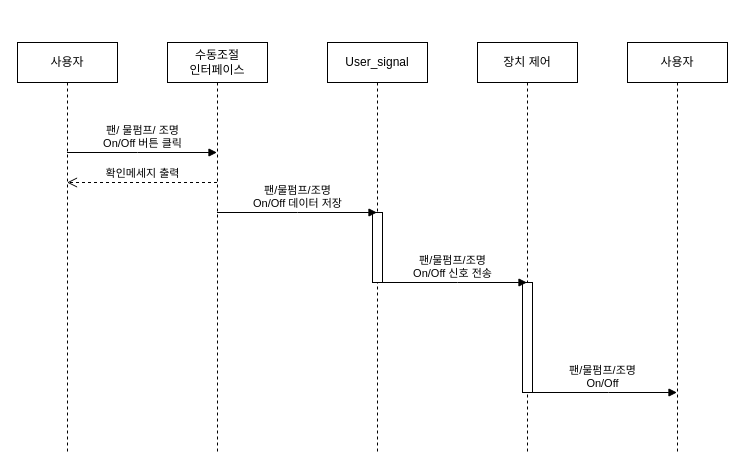
Above: 5주차/시퀀스 다이어그램/manual_seq_dg.drawio in sonmyungwon/Software-Development (draw.io), before the change. Source tidied: cells renumbered, new cells numbered last; positions are measured from the earlier drawing's top-left corner, leaving out a move shared by most shapes. Both pictures are drawn from the tidied source at 100%, with x=0, y=0 at pixel (17, 42).
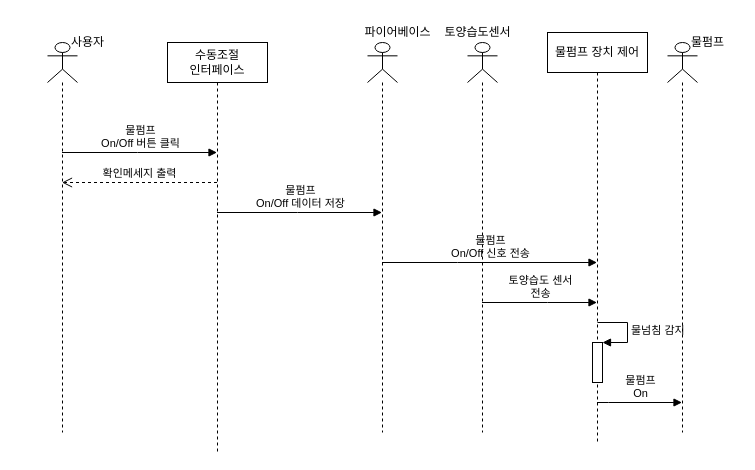
Above is the later version.

Unchanged cells that the change refers to:
```xml
<mxCell id="3" value="수동조절&lt;br&gt;&amp;nbsp;인터페이스&lt;span style=&quot;white-space: pre;&quot;&gt; &lt;/span&gt;" style="shape=umlLifeline;perimeter=lifelinePerimeter;whiteSpace=wrap;html=1;outlineConnect=0;" parent="1" vertex="1">
  <mxGeometry x="150" width="100" height="410" as="geometry" />
</mxCell>
```

The edit, as a diff of the source:
```diff
@@
-    <mxCell id="2" value="사용자" style="shape=umlLifeline;perimeter=lifelinePerimeter;whiteSpace=wrap;html=1;outlineConnect=0;" parent="1" vertex="1">
-      <mxGeometry width="100" height="410" as="geometry" />
-    </mxCell>
@@
-    <mxCell id="4" value="User_signal" style="shape=umlLifeline;perimeter=lifelinePerimeter;whiteSpace=wrap;html=1;outlineConnect=0;" parent="1" vertex="1">
-      <mxGeometry x="310" width="100" height="410" as="geometry" />
-    </mxCell>
-    <mxCell id="5" style="html=1;perimeter=orthogonalPerimeter;" parent="4" vertex="1">
-      <mxGeometry x="45" y="170" width="10" height="70" as="geometry" />
-    </mxCell>
-    <mxCell id="6" value="장치 제어" style="shape=umlLifeline;perimeter=lifelinePerimeter;whiteSpace=wrap;html=1;outlineConnect=0;" parent="1" vertex="1">
-      <mxGeometry x="460" width="100" height="410" as="geometry" />
+    <mxCell id="6" value="물펌프 장치 제어" style="shape=umlLifeline;perimeter=lifelinePerimeter;whiteSpace=wrap;html=1;outlineConnect=0;" parent="1" vertex="1">
+      <mxGeometry x="530" y="-10" width="100" height="410" as="geometry" />
     </mxCell>
-    <mxCell id="7" style="html=1;perimeter=orthogonalPerimeter;" parent="6" vertex="1">
-      <mxGeometry x="45" y="240" width="10" height="110" as="geometry" />
-    </mxCell>
-    <mxCell id="8" value="사용자" style="shape=umlLifeline;perimeter=lifelinePerimeter;whiteSpace=wrap;html=1;outlineConnect=0;" parent="1" vertex="1">
-      <mxGeometry x="610" width="100" height="410" as="geometry" />
-    </mxCell>
+    <mxCell id="14" style="html=1;points=[];perimeter=orthogonalPerimeter;" parent="6" vertex="1">
+      <mxGeometry x="45" y="310" width="10" height="40" as="geometry" />
+    </mxCell>
+    <mxCell id="15" value="물넘침 감지" style="edgeStyle=orthogonalEdgeStyle;html=1;align=left;spacingLeft=2;endArrow=block;rounded=0;entryX=1;entryY=0;" parent="6" edge="1" target="14">
+      <mxGeometry relative="1" as="geometry">
+        <mxPoint x="50" y="290" as="sourcePoint" />
+        <Array as="points">
+          <mxPoint x="80" y="290" />
+        </Array>
+      </mxGeometry>
+    </mxCell>
-    <mxCell id="9" value="팬/ 물펌프/ 조명&lt;br&gt;On/Off 버튼 클릭" style="html=1;verticalAlign=bottom;endArrow=block;rounded=0;" parent="1" edge="1" source="2" target="3">
+    <mxCell id="9" value="물펌프&lt;br&gt;On/Off 버튼 클릭" style="html=1;verticalAlign=bottom;endArrow=block;rounded=0;" parent="1" edge="1" source="16" target="3">
       <mxGeometry relative="1" as="geometry">
         <Array as="points">
           <mxPoint x="120" y="110" />
         </Array>
       </mxGeometry>
     </mxCell>
-    <mxCell id="10" value="확인메세지 출력" style="html=1;verticalAlign=bottom;endArrow=open;dashed=1;endSize=8;rounded=0;" parent="1" edge="1" source="3" target="2">
+    <mxCell id="10" value="확인메세지 출력" style="html=1;verticalAlign=bottom;endArrow=open;dashed=1;endSize=8;rounded=0;" parent="1" edge="1" source="3" target="16">
       <mxGeometry relative="1" as="geometry">
         <Array as="points">
           <mxPoint x="130" y="140" />
         </Array>
       </mxGeometry>
     </mxCell>
-    <mxCell id="11" value="팬/물펌프/조명&lt;br&gt;On/Off 데이터 저장" style="html=1;verticalAlign=bottom;endArrow=block;rounded=0;" parent="1" edge="1" source="3" target="4">
+    <mxCell id="11" value="물펌프&lt;br&gt;On/Off 데이터 저장" style="html=1;verticalAlign=bottom;endArrow=block;rounded=0;" parent="1" edge="1" source="3" target="20">
       <mxGeometry relative="1" as="geometry">
         <Array as="points">
           <mxPoint x="280" y="170" />
         </Array>
       </mxGeometry>
     </mxCell>
-    <mxCell id="12" value="팬/물펌프/조명&lt;br&gt;On/Off 신호 전송" style="html=1;verticalAlign=bottom;endArrow=block;rounded=0;" parent="1" edge="1" source="4" target="6">
+    <mxCell id="12" value="물펌프&lt;br&gt;On/Off 신호 전송" style="html=1;verticalAlign=bottom;endArrow=block;rounded=0;" parent="1" edge="1" source="20" target="6">
       <mxGeometry relative="1" as="geometry">
         <Array as="points">
-          <mxPoint x="440" y="240" />
+          <mxPoint x="440" y="220" />
         </Array>
       </mxGeometry>
     </mxCell>
-    <mxCell id="13" value="팬/물펌프/조명&lt;br&gt;On/Off" style="html=1;verticalAlign=bottom;endArrow=block;rounded=0;" parent="1" edge="1" source="6" target="8">
+    <mxCell id="13" value="물펌프&lt;br&gt;On" style="html=1;verticalAlign=bottom;endArrow=block;rounded=0;" parent="1" edge="1" source="6" target="18">
       <mxGeometry relative="1" as="geometry">
         <Array as="points">
-          <mxPoint x="591" y="350" />
+          <mxPoint x="591" y="360" />
         </Array>
       </mxGeometry>
     </mxCell>
+    <mxCell id="16" style="shape=umlLifeline;participant=umlActor;perimeter=lifelinePerimeter;whiteSpace=wrap;html=1;verticalAlign=top;spacingTop=36;outlineConnect=0;" parent="1" vertex="1">
+      <mxGeometry x="30" width="30" height="390" as="geometry" />
+    </mxCell>
+    <mxCell id="17" value="사용자" style="text;html=1;align=center;verticalAlign=middle;strokeColor=none;fillColor=none;" parent="1" vertex="1">
+      <mxGeometry x="40" y="-15" width="60" height="30" as="geometry" />
+    </mxCell>
+    <mxCell id="18" style="shape=umlLifeline;participant=umlActor;perimeter=lifelinePerimeter;whiteSpace=wrap;html=1;verticalAlign=top;spacingTop=36;outlineConnect=0;" parent="1" vertex="1">
+      <mxGeometry x="650" width="30" height="390" as="geometry" />
+    </mxCell>
+    <mxCell id="19" value="물펌프" style="text;html=1;align=center;verticalAlign=middle;strokeColor=none;fillColor=none;" parent="1" vertex="1">
+      <mxGeometry x="660" y="-15" width="60" height="30" as="geometry" />
+    </mxCell>
+    <mxCell id="20" style="shape=umlLifeline;participant=umlActor;perimeter=lifelinePerimeter;whiteSpace=wrap;html=1;verticalAlign=top;spacingTop=36;outlineConnect=0;" parent="1" vertex="1">
+      <mxGeometry x="350" width="30" height="390" as="geometry" />
+    </mxCell>
+    <mxCell id="21" value="파이어베이스" style="text;html=1;align=center;verticalAlign=middle;strokeColor=none;fillColor=none;" parent="1" vertex="1">
+      <mxGeometry x="330" y="-25" width="100" height="30" as="geometry" />
+    </mxCell>
+    <mxCell id="22" style="shape=umlLifeline;participant=umlActor;perimeter=lifelinePerimeter;whiteSpace=wrap;html=1;verticalAlign=top;spacingTop=36;outlineConnect=0;" parent="1" vertex="1">
+      <mxGeometry x="450" width="30" height="390" as="geometry" />
+    </mxCell>
+    <mxCell id="23" value="토양습도센서" style="text;html=1;align=center;verticalAlign=middle;strokeColor=none;fillColor=none;" parent="1" vertex="1">
+      <mxGeometry x="410" y="-25" width="100" height="30" as="geometry" />
+    </mxCell>
+    <mxCell id="24" value="토양습도 센서&lt;br&gt;전송" style="html=1;verticalAlign=bottom;endArrow=block;rounded=0;" parent="1" edge="1" source="22" target="6">
+      <mxGeometry relative="1" as="geometry">
+        <Array as="points">
+          <mxPoint x="530" y="260" />
+        </Array>
+      </mxGeometry>
+    </mxCell>
```
